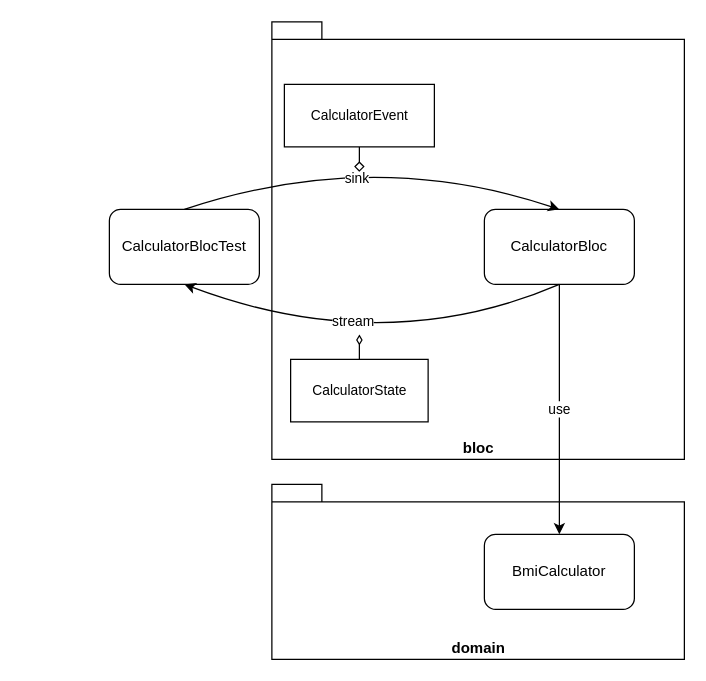
nikkijuk/bmi-calculator-app keeps this draw.io diagram as diagrams/bmi-calculator-bloc-test.drawio. Above is the earlier version. Source tidied: cells renumbered, new cells numbered last; positions are measured from the earlier drawing's top-left corner, leaving out a move shared by most shapes. Both pictures are drawn from the tidied source at 125%, with x=0, y=0 at pixel (109, 21).
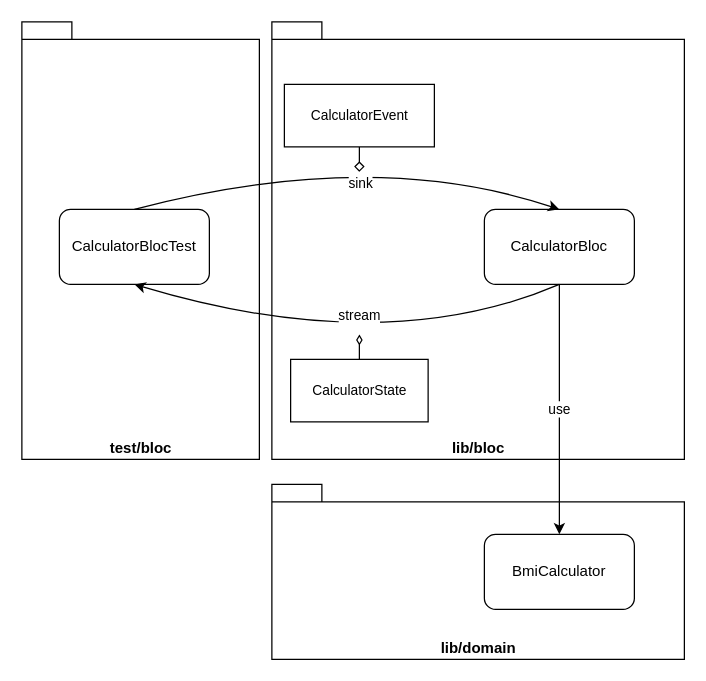
After the change.

Unchanged cells that the change refers to:
```xml
<mxCell id="6" style="curved=1;endArrow=classic;html=1;exitX=0.5;exitY=0;exitDx=0;exitDy=0;entryX=0.5;entryY=0;entryDx=0;entryDy=0;" parent="1" edge="1" source="4" target="5">
  <mxGeometry relative="1" as="geometry">
    <Array as="points">
      <mxPoint x="210" y="100" />
    </Array>
  </mxGeometry>
</mxCell>
<mxCell id="8" style="curved=1;endArrow=classic;html=1;exitX=0.5;exitY=1;exitDx=0;exitDy=0;entryX=0.5;entryY=1;entryDx=0;entryDy=0;" parent="1" edge="1" source="5" target="4">
  <mxGeometry relative="1" as="geometry">
    <Array as="points">
      <mxPoint x="220" y="270" />
    </Array>
  </mxGeometry>
</mxCell>
```

What changed in the source:
```diff
@@
+    <mxCell id="16" value="test/bloc" style="shape=folder;fontStyle=1;spacingTop=10;tabWidth=40;tabHeight=14;tabPosition=left;html=1;verticalAlign=bottom;" parent="1" vertex="1">
+      <mxGeometry x="-70" width="190" height="350" as="geometry" />
+    </mxCell>
-    <mxCell id="2" value="bloc" style="shape=folder;fontStyle=1;spacingTop=10;tabWidth=40;tabHeight=14;tabPosition=left;html=1;verticalAlign=bottom;" parent="1" vertex="1">
+    <mxCell id="2" value="lib/bloc" style="shape=folder;fontStyle=1;spacingTop=10;tabWidth=40;tabHeight=14;tabPosition=left;html=1;verticalAlign=bottom;" parent="1" vertex="1">
       <mxGeometry x="130" width="330" height="350" as="geometry" />
     </mxCell>
-    <mxCell id="3" value="domain" style="shape=folder;fontStyle=1;spacingTop=10;tabWidth=40;tabHeight=14;tabPosition=left;html=1;verticalAlign=bottom;" parent="1" vertex="1">
+    <mxCell id="3" value="lib/domain" style="shape=folder;fontStyle=1;spacingTop=10;tabWidth=40;tabHeight=14;tabPosition=left;html=1;verticalAlign=bottom;" parent="1" vertex="1">
       <mxGeometry x="130" y="370" width="330" height="140" as="geometry" />
     </mxCell>
     <mxCell id="4" value="CalculatorBlocTest" style="rounded=1;whiteSpace=wrap;html=1;" parent="1" vertex="1">
-      <mxGeometry y="150" width="120" height="60" as="geometry" />
+      <mxGeometry x="-40" y="150" width="120" height="60" as="geometry" />
     </mxCell>
@@
     <mxCell id="7" value="sink" style="edgeLabel;html=1;align=center;verticalAlign=middle;" parent="6" vertex="1">
-      <mxGeometry x="-0.12" y="-19" relative="1" as="geometry" />
+      <mxGeometry x="-0.12" y="-19" relative="1" as="geometry">
+        <mxPoint x="25.3" as="offset" />
+      </mxGeometry>
     </mxCell>
@@
     <mxCell id="9" value="stream" style="edgeLabel;html=1;align=center;verticalAlign=middle;" parent="8" vertex="1">
       <mxGeometry x="0.07" y="-25" relative="1" as="geometry">
-        <mxPoint x="-15" as="offset" />
+        <mxPoint x="10.8" as="offset" />
       </mxGeometry>
     </mxCell>
```
